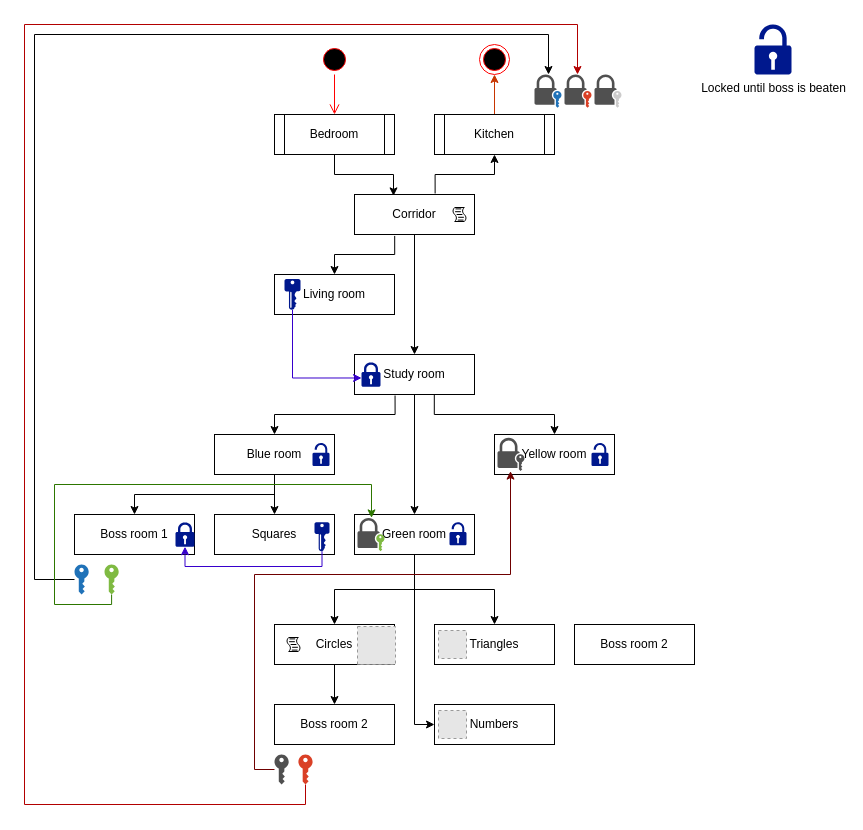
This is skripta_Adventura/Untitled Diagram.drawio from hailstorm75/consoleAdventure, a draw.io file, before an edit. Source tidied: cells renumbered, new cells numbered last; positions are measured from the earlier drawing's top-left corner, leaving out a move shared by most shapes. Both pictures are drawn from the tidied source at 100%, with x=0, y=0 at pixel (24, 24). Pictures stored in the file or linked from it are replaced by grey dashed boxes.
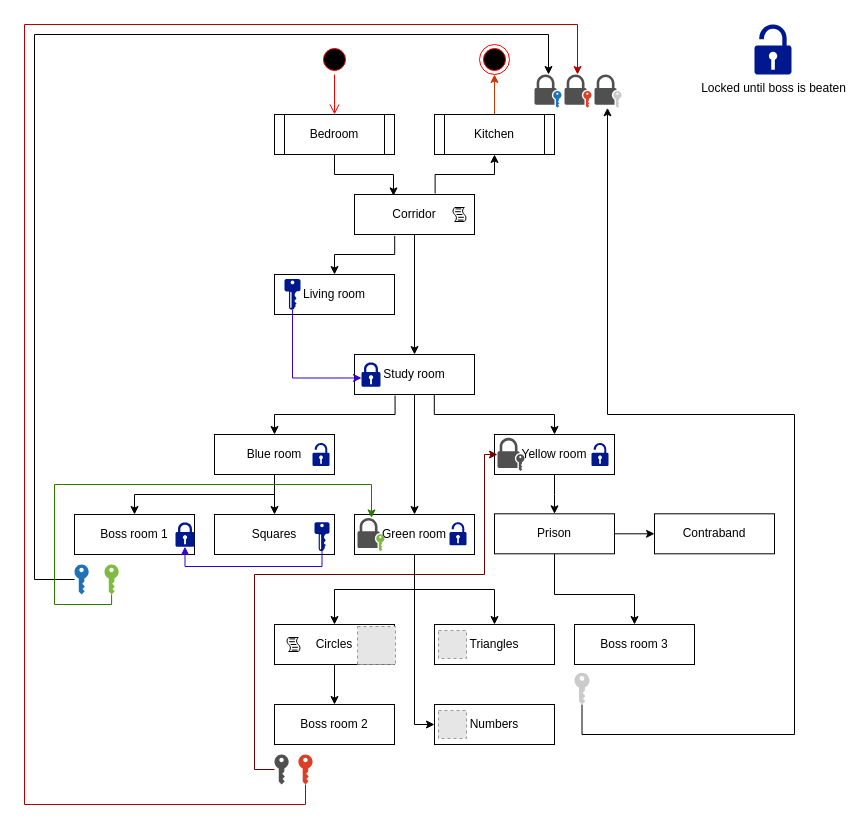
The same diagram, later.

Unchanged cells that the change refers to:
```xml
<mxCell id="15" value="Yellow room" style="rounded=0;whiteSpace=wrap;html=1;" parent="1" vertex="1">
  <mxGeometry x="470" y="410" width="120" height="40" as="geometry" />
</mxCell>
<mxCell id="30" style="shadow=0;dashed=0;html=1;strokeColor=none;fillColor=#505050;labelPosition=center;verticalLabelPosition=bottom;verticalAlign=top;outlineConnect=0;align=center;shape=mxgraph.office.security.lock_with_key_security_ghosted;" parent="1" vertex="1">
  <mxGeometry x="570" y="50" width="27" height="33.3" as="geometry" />
</mxCell>
<mxCell id="31" style="shadow=0;dashed=0;html=1;strokeColor=none;fillColor=#505050;labelPosition=center;verticalLabelPosition=bottom;verticalAlign=top;outlineConnect=0;align=center;shape=mxgraph.office.security.lock_with_key_security;" parent="1" vertex="1">
  <mxGeometry x="473" y="413.3" width="27" height="33.3" as="geometry" />
</mxCell>
<mxCell id="58" style="shadow=0;dashed=0;html=1;strokeColor=none;fillColor=#505050;labelPosition=center;verticalLabelPosition=bottom;verticalAlign=top;outlineConnect=0;align=center;shape=mxgraph.office.security.key_permissions;" parent="1" vertex="1">
  <mxGeometry x="250" y="730" width="14.2" height="30" as="geometry" />
</mxCell>
```

Change to the diagram source:
```diff
@@
+    <mxCell id="62" style="edgeStyle=orthogonalEdgeStyle;rounded=0;jettySize=auto;html=1;entryX=0.5;entryY=0;entryDx=0;entryDy=0;" parent="1" edge="1" source="15" target="65">
+      <mxGeometry relative="1" as="geometry" />
+    </mxCell>
@@
     <mxCell id="57" style="edgeStyle=orthogonalEdgeStyle;rounded=0;jettySize=auto;html=1;fillColor=#a20025;strokeColor=#6F0000;" parent="1" edge="1" source="58" target="31">
       <mxGeometry relative="1" as="geometry">
         <Array as="points">
           <mxPoint x="230" y="745" />
           <mxPoint x="230" y="550" />
-          <mxPoint x="486" y="550" />
+          <mxPoint x="460" y="550" />
+          <mxPoint x="460" y="430" />
         </Array>
       </mxGeometry>
     </mxCell>
@@
-    <mxCell id="61" value="Boss room 2" style="rounded=0;whiteSpace=wrap;html=1;" parent="1" vertex="1">
+    <mxCell id="61" value="Boss room 3" style="rounded=0;whiteSpace=wrap;html=1;" parent="1" vertex="1">
       <mxGeometry x="550" y="600" width="120" height="40" as="geometry" />
     </mxCell>
+    <mxCell id="63" style="edgeStyle=orthogonalEdgeStyle;rounded=0;jettySize=auto;html=1;exitX=1;exitY=0.5;exitDx=0;exitDy=0;entryX=0;entryY=0.5;entryDx=0;entryDy=0;" parent="1" edge="1" source="65" target="66">
+      <mxGeometry relative="1" as="geometry" />
+    </mxCell>
+    <mxCell id="64" style="edgeStyle=orthogonalEdgeStyle;rounded=0;jettySize=auto;html=1;entryX=0.5;entryY=0;entryDx=0;entryDy=0;" parent="1" edge="1" source="65" target="61">
+      <mxGeometry relative="1" as="geometry">
+        <Array as="points">
+          <mxPoint x="530" y="570" />
+          <mxPoint x="610" y="570" />
+        </Array>
+      </mxGeometry>
+    </mxCell>
+    <mxCell id="65" value="Prison" style="rounded=0;whiteSpace=wrap;html=1;" parent="1" vertex="1">
+      <mxGeometry x="470" y="489.3" width="120" height="40" as="geometry" />
+    </mxCell>
+    <mxCell id="66" value="Contraband" style="rounded=0;whiteSpace=wrap;html=1;" parent="1" vertex="1">
+      <mxGeometry x="630" y="489.3" width="120" height="40" as="geometry" />
+    </mxCell>
+    <mxCell id="67" style="edgeStyle=orthogonalEdgeStyle;rounded=0;jettySize=auto;html=1;" parent="1" edge="1" source="68" target="30">
+      <mxGeometry relative="1" as="geometry">
+        <Array as="points">
+          <mxPoint x="558" y="710" />
+          <mxPoint x="770" y="710" />
+          <mxPoint x="770" y="390" />
+          <mxPoint x="583" y="390" />
+        </Array>
+      </mxGeometry>
+    </mxCell>
+    <mxCell id="68" style="shadow=0;dashed=0;html=1;strokeColor=none;labelPosition=center;verticalLabelPosition=bottom;verticalAlign=top;outlineConnect=0;align=center;shape=mxgraph.office.security.key_permissions;fillColor=#CCCBCB;" parent="1" vertex="1">
+      <mxGeometry x="550" y="648.2" width="15" height="31.8" as="geometry" />
+    </mxCell>
```
